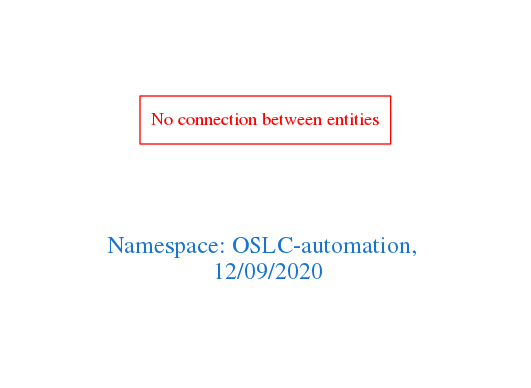
Above: downloads/OSLC-automation.png in arago/OGIT (Graphviz), before the change. Its source is kept beside it as downloads/OSLC-automation.dot.
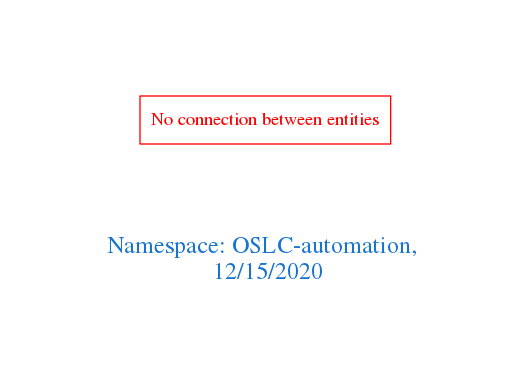
The same diagram one commit later.

What changed in the source:
```diff
@@ -1,7 +1,7 @@
 digraph OGIT_ontology {
  graph [ rankdir= LR,pad=1
 fontsize = 18,
-fontcolor= dodgerblue3,label = "\n\n\nNamespace: OSLC-automation, \n 12/09/2020"];
+fontcolor= dodgerblue3,label = "\n\n\nNamespace: OSLC-automation, \n 12/15/2020"];
 node[shape=polygon];
 edge [  color="gray81"];
 
```
